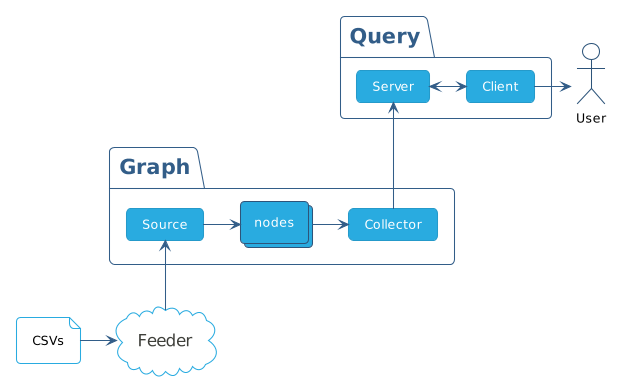
The PlantUML diagram TP2/informe/diagrams/packages.png in FdelMazo/7574-Distribuidos, before a commit.
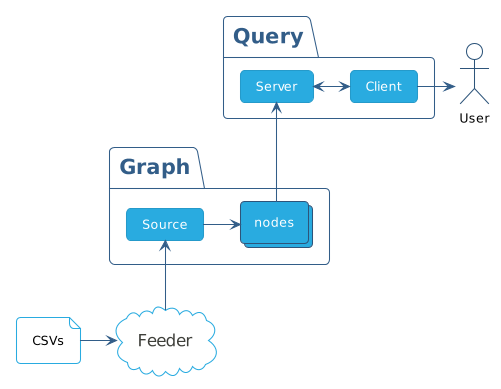
The same file after the commit.

Commit message:
Remove collector node from package diagram

Diff of the diagram source:
```diff
@@ -18,9 +18,7 @@
 package "Graph" {
   collections nodes
   card Source
-  card Collector
   Source -right-> nodes
-  nodes -right-> Collector
 }
 
 actor User
@@ -35,7 +33,7 @@
   Server <---right---> Client
 }
 
-Collector -up-> Server
+nodes -up-> Server
 Client --right--> User
 
 @enduml
```
